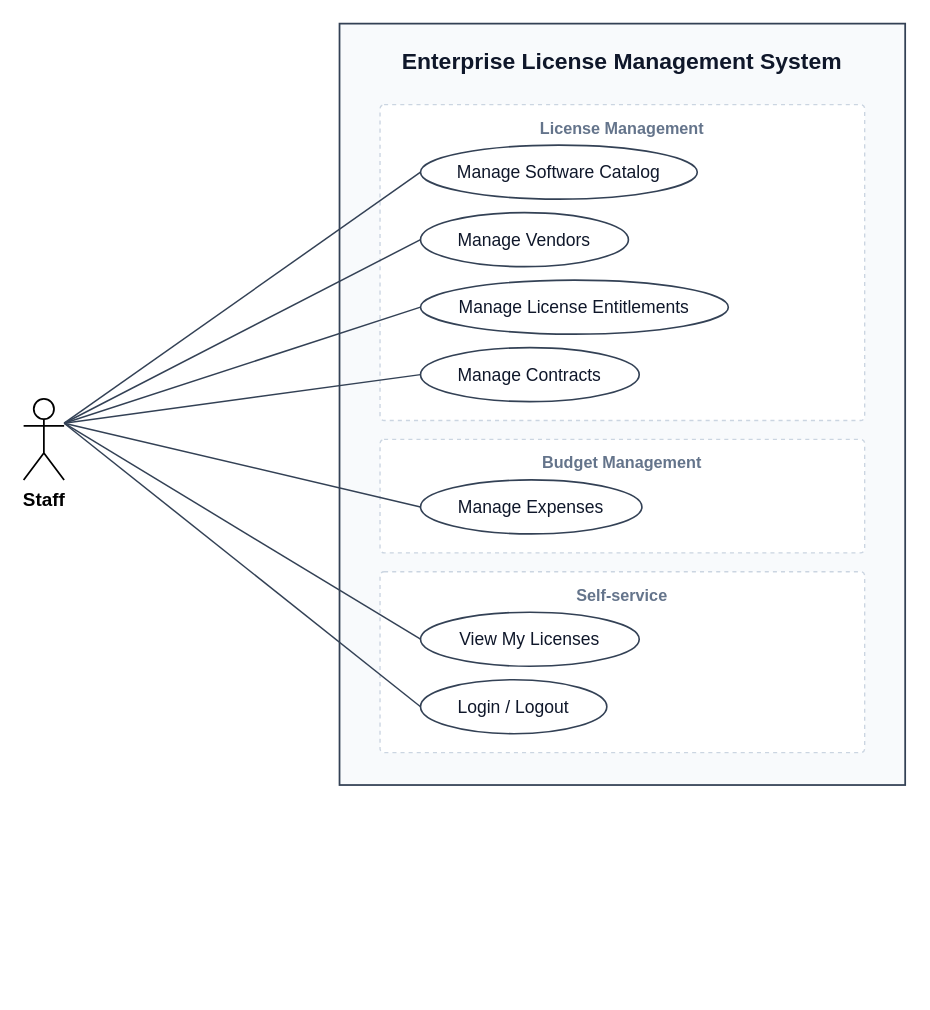
Before: docs/diagrams/out/uc_staff.drawio in cuonglpv/VFast, a draw.io diagram. Source tidied: cells renumbered, new cells numbered last; positions are measured from the earlier drawing's top-left corner, leaving out a move shared by most shapes. Both pictures are drawn from the tidied source at 135%, with x=0, y=0 at pixel (23, 23).
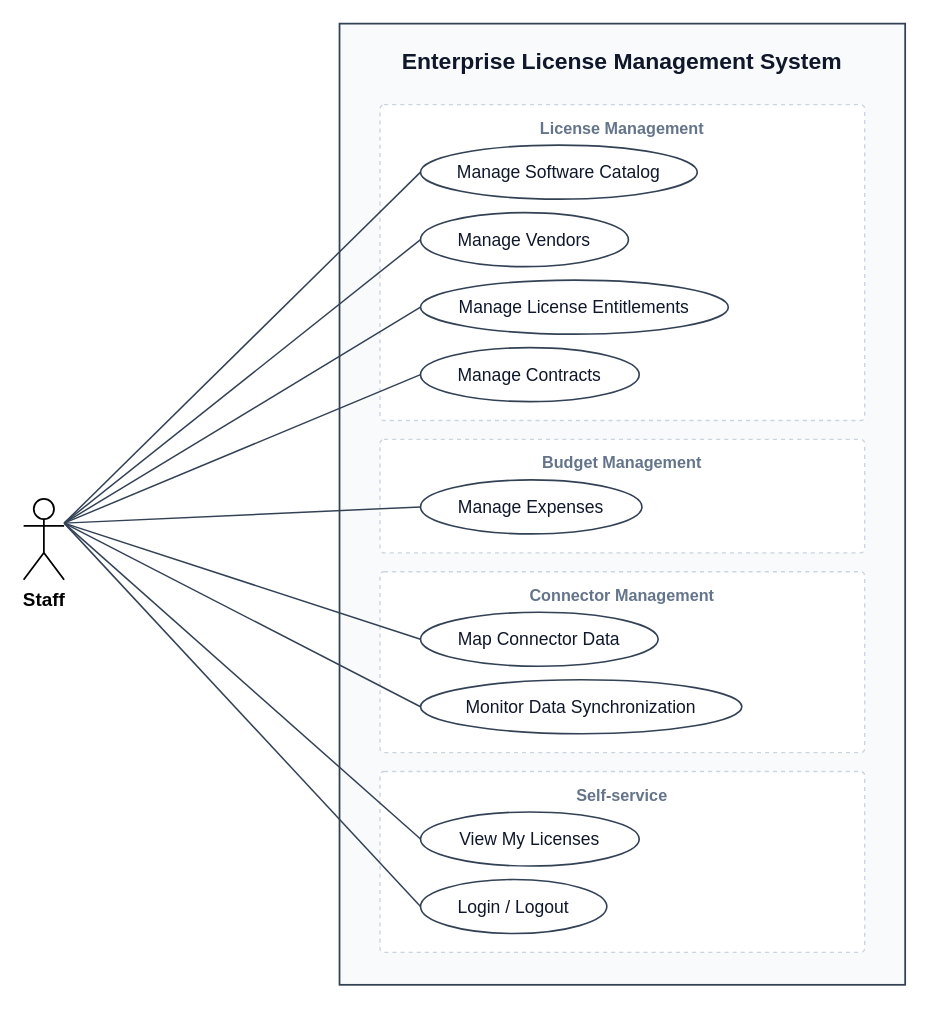
The same diagram, later.

Change to the diagram source:
```diff
@@
     <mxCell id="2" value="Enterprise License Management System" style="rounded=0;whiteSpace=wrap;html=1;fillColor=#F8FAFC;strokeColor=#334155;strokeWidth=1.3;verticalAlign=top;fontSize=17;fontStyle=1;fontColor=#0f172a;spacingTop=12;fontFamily=Arial;" parent="1" vertex="1">
-      <mxGeometry x="234" width="419" height="564" as="geometry" />
+      <mxGeometry x="234" width="419" height="712" as="geometry" />
     </mxCell>
@@
-    <mxCell id="5" value="Self-service" style="rounded=1;arcSize=6;absoluteArcSize=1;whiteSpace=wrap;html=1;fillColor=#ffffff;strokeColor=#CBD5E1;dashed=1;strokeWidth=1;verticalAlign=top;align=center;spacingTop=4;fontSize=12;fontStyle=1;fontColor=#64748B;fontFamily=Arial;" parent="1" vertex="1">
+    <mxCell id="5" value="Connector Management" style="rounded=1;arcSize=6;absoluteArcSize=1;whiteSpace=wrap;html=1;fillColor=#ffffff;strokeColor=#CBD5E1;dashed=1;strokeWidth=1;verticalAlign=top;align=center;spacingTop=4;fontSize=12;fontStyle=1;fontColor=#64748B;fontFamily=Arial;" parent="1" vertex="1">
       <mxGeometry x="264" y="406" width="359" height="134" as="geometry" />
     </mxCell>
-    <mxCell id="6" value="Manage Software Catalog" style="ellipse;whiteSpace=wrap;html=1;fillColor=#ffffff;strokeColor=#334155;strokeWidth=1.2;fontSize=13;fontColor=#0f172a;fontFamily=Arial;" parent="1" vertex="1">
-      <mxGeometry x="294" y="90" width="205" height="40" as="geometry" />
+    <mxCell id="6" value="Self-service" style="rounded=1;arcSize=6;absoluteArcSize=1;whiteSpace=wrap;html=1;fillColor=#ffffff;strokeColor=#CBD5E1;dashed=1;strokeWidth=1;verticalAlign=top;align=center;spacingTop=4;fontSize=12;fontStyle=1;fontColor=#64748B;fontFamily=Arial;" parent="1" vertex="1">
+      <mxGeometry x="264" y="554" width="359" height="134" as="geometry" />
     </mxCell>
-    <mxCell id="7" value="Manage Vendors" style="ellipse;whiteSpace=wrap;html=1;fillColor=#ffffff;strokeColor=#334155;strokeWidth=1.2;fontSize=13;fontColor=#0f172a;fontFamily=Arial;" parent="1" vertex="1">
-      <mxGeometry x="294" y="140" width="154" height="40" as="geometry" />
+    <mxCell id="7" value="Manage Software Catalog" style="ellipse;whiteSpace=wrap;html=1;fillColor=#ffffff;strokeColor=#334155;strokeWidth=1.2;fontSize=13;fontColor=#0f172a;fontFamily=Arial;" parent="1" vertex="1">
+      <mxGeometry x="294" y="90" width="205" height="40" as="geometry" />
     </mxCell>
-    <mxCell id="8" value="Manage License Entitlements" style="ellipse;whiteSpace=wrap;html=1;fillColor=#ffffff;strokeColor=#334155;strokeWidth=1.2;fontSize=13;fontColor=#0f172a;fontFamily=Arial;" parent="1" vertex="1">
-      <mxGeometry x="294" y="190" width="228" height="40" as="geometry" />
+    <mxCell id="8" value="Manage Vendors" style="ellipse;whiteSpace=wrap;html=1;fillColor=#ffffff;strokeColor=#334155;strokeWidth=1.2;fontSize=13;fontColor=#0f172a;fontFamily=Arial;" parent="1" vertex="1">
+      <mxGeometry x="294" y="140" width="154" height="40" as="geometry" />
     </mxCell>
-    <mxCell id="9" value="Manage Contracts" style="ellipse;whiteSpace=wrap;html=1;fillColor=#ffffff;strokeColor=#334155;strokeWidth=1.2;fontSize=13;fontColor=#0f172a;fontFamily=Arial;" parent="1" vertex="1">
-      <mxGeometry x="294" y="240" width="162" height="40" as="geometry" />
+    <mxCell id="9" value="Manage License Entitlements" style="ellipse;whiteSpace=wrap;html=1;fillColor=#ffffff;strokeColor=#334155;strokeWidth=1.2;fontSize=13;fontColor=#0f172a;fontFamily=Arial;" parent="1" vertex="1">
+      <mxGeometry x="294" y="190" width="228" height="40" as="geometry" />
     </mxCell>
-    <mxCell id="10" value="Manage Expenses" style="ellipse;whiteSpace=wrap;html=1;fillColor=#ffffff;strokeColor=#334155;strokeWidth=1.2;fontSize=13;fontColor=#0f172a;fontFamily=Arial;" parent="1" vertex="1">
-      <mxGeometry x="294" y="338" width="164" height="40" as="geometry" />
+    <mxCell id="10" value="Manage Contracts" style="ellipse;whiteSpace=wrap;html=1;fillColor=#ffffff;strokeColor=#334155;strokeWidth=1.2;fontSize=13;fontColor=#0f172a;fontFamily=Arial;" parent="1" vertex="1">
+      <mxGeometry x="294" y="240" width="162" height="40" as="geometry" />
     </mxCell>
-    <mxCell id="11" value="View My Licenses" style="ellipse;whiteSpace=wrap;html=1;fillColor=#ffffff;strokeColor=#334155;strokeWidth=1.2;fontSize=13;fontColor=#0f172a;fontFamily=Arial;" parent="1" vertex="1">
-      <mxGeometry x="294" y="436" width="162" height="40" as="geometry" />
+    <mxCell id="11" value="Manage Expenses" style="ellipse;whiteSpace=wrap;html=1;fillColor=#ffffff;strokeColor=#334155;strokeWidth=1.2;fontSize=13;fontColor=#0f172a;fontFamily=Arial;" parent="1" vertex="1">
+      <mxGeometry x="294" y="338" width="164" height="40" as="geometry" />
     </mxCell>
-    <mxCell id="12" value="Login / Logout" style="ellipse;whiteSpace=wrap;html=1;fillColor=#ffffff;strokeColor=#334155;strokeWidth=1.2;fontSize=13;fontColor=#0f172a;fontFamily=Arial;" parent="1" vertex="1">
-      <mxGeometry x="294" y="486" width="138" height="40" as="geometry" />
+    <mxCell id="12" value="Map Connector Data" style="ellipse;whiteSpace=wrap;html=1;fillColor=#ffffff;strokeColor=#334155;strokeWidth=1.2;fontSize=13;fontColor=#0f172a;fontFamily=Arial;" parent="1" vertex="1">
+      <mxGeometry x="294" y="436" width="176" height="40" as="geometry" />
     </mxCell>
-    <mxCell id="13" value="Staff" style="shape=umlActor;verticalLabelPosition=bottom;verticalAlign=top;html=1;outlineConnect=0;fontSize=14;fontStyle=1;fontFamily=Arial;strokeWidth=1.3;" parent="1" vertex="1">
-      <mxGeometry y="278" width="30" height="60" as="geometry" />
+    <mxCell id="13" value="Monitor Data Synchronization" style="ellipse;whiteSpace=wrap;html=1;fillColor=#ffffff;strokeColor=#334155;strokeWidth=1.2;fontSize=13;fontColor=#0f172a;fontFamily=Arial;" parent="1" vertex="1">
+      <mxGeometry x="294" y="486" width="238" height="40" as="geometry" />
     </mxCell>
-    <mxCell id="14" style="endArrow=none;html=1;rounded=0;strokeColor=#334155;strokeWidth=1.1;exitX=1;exitY=0.3;exitDx=0;exitDy=0;exitPerimeter=0;entryX=0;entryY=0.5;entryDx=0;entryDy=0;" parent="1" edge="1" source="13" target="6">
-      <mxGeometry relative="1" as="geometry" />
+    <mxCell id="14" value="View My Licenses" style="ellipse;whiteSpace=wrap;html=1;fillColor=#ffffff;strokeColor=#334155;strokeWidth=1.2;fontSize=13;fontColor=#0f172a;fontFamily=Arial;" parent="1" vertex="1">
+      <mxGeometry x="294" y="584" width="162" height="40" as="geometry" />
     </mxCell>
-    <mxCell id="15" style="endArrow=none;html=1;rounded=0;strokeColor=#334155;strokeWidth=1.1;exitX=1;exitY=0.3;exitDx=0;exitDy=0;exitPerimeter=0;entryX=0;entryY=0.5;entryDx=0;entryDy=0;" parent="1" edge="1" source="13" target="7">
-      <mxGeometry relative="1" as="geometry" />
+    <mxCell id="15" value="Login / Logout" style="ellipse;whiteSpace=wrap;html=1;fillColor=#ffffff;strokeColor=#334155;strokeWidth=1.2;fontSize=13;fontColor=#0f172a;fontFamily=Arial;" parent="1" vertex="1">
+      <mxGeometry x="294" y="634" width="138" height="40" as="geometry" />
     </mxCell>
-    <mxCell id="16" style="endArrow=none;html=1;rounded=0;strokeColor=#334155;strokeWidth=1.1;exitX=1;exitY=0.3;exitDx=0;exitDy=0;exitPerimeter=0;entryX=0;entryY=0.5;entryDx=0;entryDy=0;" parent="1" edge="1" source="13" target="8">
-      <mxGeometry relative="1" as="geometry" />
+    <mxCell id="16" value="Staff" style="shape=umlActor;verticalLabelPosition=bottom;verticalAlign=top;html=1;outlineConnect=0;fontSize=14;fontStyle=1;fontFamily=Arial;strokeWidth=1.3;" parent="1" vertex="1">
+      <mxGeometry y="352" width="30" height="60" as="geometry" />
     </mxCell>
-    <mxCell id="17" style="endArrow=none;html=1;rounded=0;strokeColor=#334155;strokeWidth=1.1;exitX=1;exitY=0.3;exitDx=0;exitDy=0;exitPerimeter=0;entryX=0;entryY=0.5;entryDx=0;entryDy=0;" parent="1" edge="1" source="13" target="9">
+    <mxCell id="17" style="endArrow=none;html=1;rounded=0;strokeColor=#334155;strokeWidth=1.1;exitX=1;exitY=0.3;exitDx=0;exitDy=0;exitPerimeter=0;entryX=0;entryY=0.5;entryDx=0;entryDy=0;" parent="1" edge="1" source="16" target="7">
       <mxGeometry relative="1" as="geometry" />
     </mxCell>
-    <mxCell id="18" style="endArrow=none;html=1;rounded=0;strokeColor=#334155;strokeWidth=1.1;exitX=1;exitY=0.3;exitDx=0;exitDy=0;exitPerimeter=0;entryX=0;entryY=0.5;entryDx=0;entryDy=0;" parent="1" edge="1" source="13" target="10">
+    <mxCell id="18" style="endArrow=none;html=1;rounded=0;strokeColor=#334155;strokeWidth=1.1;exitX=1;exitY=0.3;exitDx=0;exitDy=0;exitPerimeter=0;entryX=0;entryY=0.5;entryDx=0;entryDy=0;" parent="1" edge="1" source="16" target="8">
       <mxGeometry relative="1" as="geometry" />
     </mxCell>
-    <mxCell id="19" style="endArrow=none;html=1;rounded=0;strokeColor=#334155;strokeWidth=1.1;exitX=1;exitY=0.3;exitDx=0;exitDy=0;exitPerimeter=0;entryX=0;entryY=0.5;entryDx=0;entryDy=0;" parent="1" edge="1" source="13" target="11">
+    <mxCell id="19" style="endArrow=none;html=1;rounded=0;strokeColor=#334155;strokeWidth=1.1;exitX=1;exitY=0.3;exitDx=0;exitDy=0;exitPerimeter=0;entryX=0;entryY=0.5;entryDx=0;entryDy=0;" parent="1" edge="1" source="16" target="9">
       <mxGeometry relative="1" as="geometry" />
     </mxCell>
-    <mxCell id="20" style="endArrow=none;html=1;rounded=0;strokeColor=#334155;strokeWidth=1.1;exitX=1;exitY=0.3;exitDx=0;exitDy=0;exitPerimeter=0;entryX=0;entryY=0.5;entryDx=0;entryDy=0;" parent="1" edge="1" source="13" target="12">
+    <mxCell id="20" style="endArrow=none;html=1;rounded=0;strokeColor=#334155;strokeWidth=1.1;exitX=1;exitY=0.3;exitDx=0;exitDy=0;exitPerimeter=0;entryX=0;entryY=0.5;entryDx=0;entryDy=0;" parent="1" edge="1" source="16" target="10">
       <mxGeometry relative="1" as="geometry" />
     </mxCell>
+    <mxCell id="21" style="endArrow=none;html=1;rounded=0;strokeColor=#334155;strokeWidth=1.1;exitX=1;exitY=0.3;exitDx=0;exitDy=0;exitPerimeter=0;entryX=0;entryY=0.5;entryDx=0;entryDy=0;" parent="1" edge="1" source="16" target="11">
+      <mxGeometry relative="1" as="geometry" />
+    </mxCell>
+    <mxCell id="22" style="endArrow=none;html=1;rounded=0;strokeColor=#334155;strokeWidth=1.1;exitX=1;exitY=0.3;exitDx=0;exitDy=0;exitPerimeter=0;entryX=0;entryY=0.5;entryDx=0;entryDy=0;" parent="1" edge="1" source="16" target="12">
+      <mxGeometry relative="1" as="geometry" />
+    </mxCell>
+    <mxCell id="23" style="endArrow=none;html=1;rounded=0;strokeColor=#334155;strokeWidth=1.1;exitX=1;exitY=0.3;exitDx=0;exitDy=0;exitPerimeter=0;entryX=0;entryY=0.5;entryDx=0;entryDy=0;" parent="1" edge="1" source="16" target="13">
+      <mxGeometry relative="1" as="geometry" />
+    </mxCell>
+    <mxCell id="24" style="endArrow=none;html=1;rounded=0;strokeColor=#334155;strokeWidth=1.1;exitX=1;exitY=0.3;exitDx=0;exitDy=0;exitPerimeter=0;entryX=0;entryY=0.5;entryDx=0;entryDy=0;" parent="1" edge="1" source="16" target="14">
+      <mxGeometry relative="1" as="geometry" />
+    </mxCell>
+    <mxCell id="25" style="endArrow=none;html=1;rounded=0;strokeColor=#334155;strokeWidth=1.1;exitX=1;exitY=0.3;exitDx=0;exitDy=0;exitPerimeter=0;entryX=0;entryY=0.5;entryDx=0;entryDy=0;" parent="1" edge="1" source="16" target="15">
+      <mxGeometry relative="1" as="geometry" />
+    </mxCell>
```
